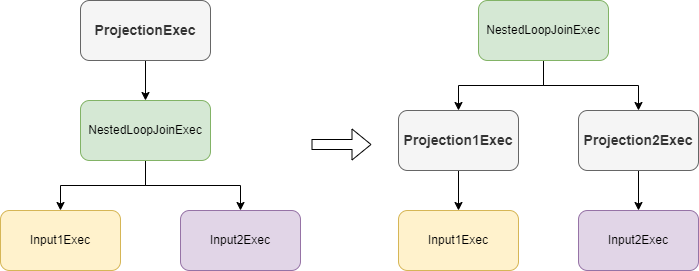
systemxlabs/systemxlabs.github.io keeps this draw.io diagram as content/blog/2025-01-06-datafusion-nested-loop-join/datafusion-projection-pushdown-for-nlj.drawio.png. Above is the earlier version. Source tidied: cells renumbered, new cells last; positions are measured from the earlier drawing's top-left corner, leaving out a move shared by most shapes.
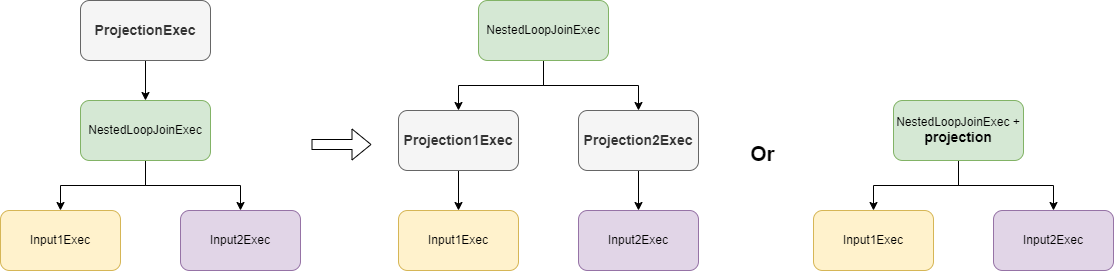
Above is the later version.

What changed in the source:
```diff
@@ -56,5 +56,23 @@
         <mxPoint x="371" y="144" as="targetPoint" />
       </mxGeometry>
     </mxCell>
+    <mxCell id="19" style="edgeStyle=orthogonalEdgeStyle;rounded=0;jettySize=auto;html=1;entryX=0.5;entryY=0;entryDx=0;entryDy=0;" parent="1" edge="1" source="21" target="22">
+      <mxGeometry relative="1" as="geometry" />
+    </mxCell>
+    <mxCell id="20" style="edgeStyle=orthogonalEdgeStyle;rounded=0;jettySize=auto;html=1;" parent="1" edge="1" source="21" target="23">
+      <mxGeometry relative="1" as="geometry" />
+    </mxCell>
+    <mxCell id="21" value="NestedLoopJoinExec + &lt;b&gt;&lt;font style=&quot;font-size: 14px;&quot;&gt;projection&lt;/font&gt;&lt;/b&gt;" style="rounded=1;whiteSpace=wrap;html=1;fillColor=#d5e8d4;strokeColor=#82b366;" parent="1" vertex="1">
+      <mxGeometry x="893" y="100" width="130" height="60" as="geometry" />
+    </mxCell>
+    <mxCell id="22" value="Input1Exec" style="rounded=1;whiteSpace=wrap;html=1;fillColor=#fff2cc;strokeColor=#d6b656;" parent="1" vertex="1">
+      <mxGeometry x="813" y="210" width="120" height="60" as="geometry" />
+    </mxCell>
+    <mxCell id="23" value="Input2Exec" style="rounded=1;whiteSpace=wrap;html=1;fillColor=#e1d5e7;strokeColor=#9673a6;" parent="1" vertex="1">
+      <mxGeometry x="993" y="210" width="120" height="60" as="geometry" />
+    </mxCell>
+    <mxCell id="24" value="Or" style="text;html=1;align=center;verticalAlign=middle;strokeColor=none;fillColor=none;fontStyle=1;fontSize=21;" parent="1" vertex="1">
+      <mxGeometry x="737" y="133" width="50" height="40" as="geometry" />
+    </mxCell>
   </root>
 </mxGraphModel>
```
